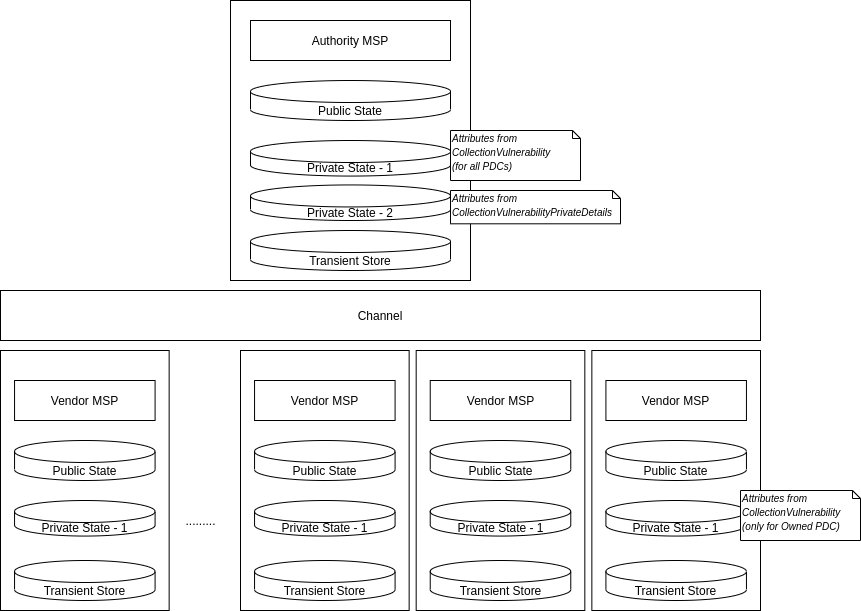
This is images/high-level-arch-private.png from SOFIE-project/ARD-Implementation, a draw.io export, as it was before one commit. Source tidied: cells renumbered, new cells last; positions are measured from the earlier drawing's top-left corner, leaving out a move shared by most shapes.
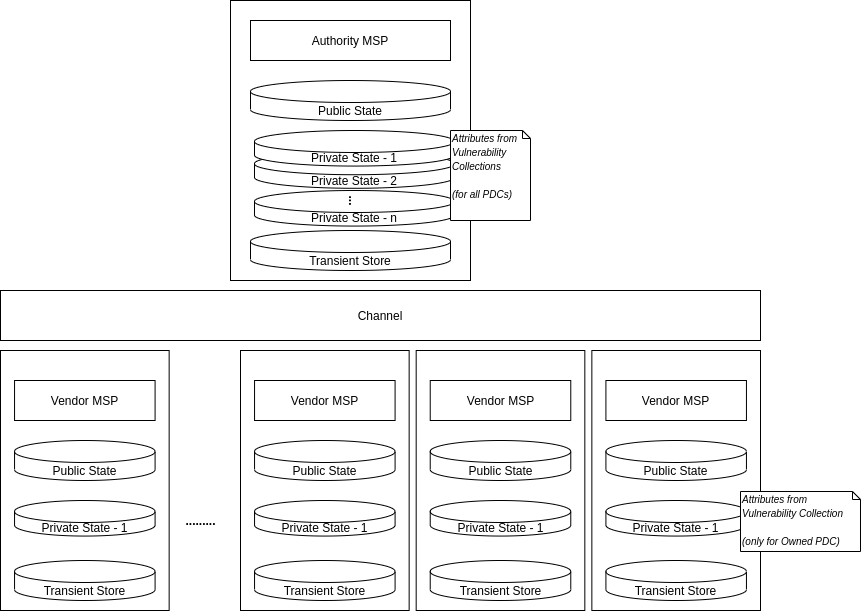
After the change.

What changed in the source:
```diff
@@ -2,6 +2,9 @@
   <root>
     <mxCell id="0" />
     <mxCell id="1" parent="0" />
+    <mxCell id="39" value="Private State - 2" style="shape=cylinder3;whiteSpace=wrap;html=1;boundedLbl=1;backgroundOutline=1;size=11;shadow=0;" parent="1" vertex="1">
+      <mxGeometry x="254" y="184.4" width="200" height="35.6" as="geometry" />
+    </mxCell>
     <mxCell id="2" value="Channel" style="rounded=0;whiteSpace=wrap;html=1;" parent="1" vertex="1">
       <mxGeometry y="290" width="760" height="50" as="geometry" />
     </mxCell>
@@ -15,23 +18,17 @@
       <mxGeometry x="250" y="80" width="200" height="40" as="geometry" />
     </mxCell>
     <mxCell id="6" style="group;" parent="1" vertex="1">
-      <mxGeometry x="250" y="140" width="200" height="80" as="geometry" />
+      <mxGeometry x="254" y="130" width="200" height="80" as="geometry" />
     </mxCell>
+    <mxCell id="8" value="Private State - 2" style="shape=cylinder3;whiteSpace=wrap;html=1;boundedLbl=1;backgroundOutline=1;size=11;shadow=0;" parent="6" vertex="1">
+      <mxGeometry y="22.2" width="200" height="35.6" as="geometry" />
+    </mxCell>
     <mxCell id="7" value="Private State - 1" style="shape=cylinder3;whiteSpace=wrap;html=1;boundedLbl=1;backgroundOutline=1;size=11;" parent="6" vertex="1">
       <mxGeometry width="200" height="35.6" as="geometry" />
     </mxCell>
-    <mxCell id="8" value="Private State - 2" style="shape=cylinder3;whiteSpace=wrap;html=1;boundedLbl=1;backgroundOutline=1;size=11;" parent="6" vertex="1">
-      <mxGeometry y="44.4" width="200" height="35.6" as="geometry" />
-    </mxCell>
     <mxCell id="9" value="Transient Store" style="shape=cylinder3;whiteSpace=wrap;html=1;boundedLbl=1;backgroundOutline=1;size=11;" parent="1" vertex="1">
       <mxGeometry x="250" y="230" width="200" height="40" as="geometry" />
     </mxCell>
-    <mxCell id="10" value="&lt;div&gt;&lt;i style=&quot;font-size: x-small&quot;&gt;Attributes from&lt;/i&gt;&lt;/div&gt;&lt;font size=&quot;1&quot;&gt;&lt;i&gt;CollectionVulnerability&lt;br&gt;(for all PDCs)&lt;br&gt;&lt;/i&gt;&lt;/font&gt;" style="shape=note;whiteSpace=wrap;html=1;size=8;verticalAlign=top;align=left;spacingTop=-6;" parent="1" vertex="1">
-      <mxGeometry x="450" y="130" width="130" height="50" as="geometry" />
-    </mxCell>
-    <mxCell id="11" value="&lt;font size=&quot;1&quot;&gt;&lt;i&gt;Attributes from&amp;nbsp;&lt;br&gt;CollectionVulnerabilityPrivateDetails&lt;br&gt;&lt;/i&gt;&lt;/font&gt;" style="shape=note;whiteSpace=wrap;html=1;size=8;verticalAlign=top;align=left;spacingTop=-6;" parent="1" vertex="1">
-      <mxGeometry x="450" y="190" width="170" height="33.3" as="geometry" />
-    </mxCell>
     <mxCell id="12" style="group;" parent="1" vertex="1">
       <mxGeometry x="240" y="350" width="520" height="260" as="geometry" />
     </mxCell>
@@ -89,8 +86,8 @@
     <mxCell id="30" value="Transient Store" style="shape=cylinder3;whiteSpace=wrap;html=1;boundedLbl=1;backgroundOutline=1;size=11;" parent="12" vertex="1">
       <mxGeometry x="14.1" y="210" width="140.5" height="40" as="geometry" />
     </mxCell>
-    <mxCell id="31" value="&lt;div&gt;&lt;i style=&quot;font-size: x-small&quot;&gt;Attributes from&lt;/i&gt;&lt;/div&gt;&lt;font size=&quot;1&quot;&gt;&lt;i&gt;CollectionVulnerability&lt;br&gt;(only for Owned PDC)&lt;br&gt;&lt;/i&gt;&lt;/font&gt;" style="shape=note;whiteSpace=wrap;html=1;size=8;verticalAlign=top;align=left;spacingTop=-6;" parent="1" vertex="1">
-      <mxGeometry x="740" y="490" width="120" height="50" as="geometry" />
+    <mxCell id="31" value="&lt;div&gt;&lt;i style=&quot;font-size: x-small&quot;&gt;Attributes from&lt;/i&gt;&lt;/div&gt;&lt;font size=&quot;1&quot;&gt;&lt;i&gt;Vulnerability Collection&lt;br&gt;&lt;br&gt;(only for Owned PDC)&lt;br&gt;&lt;/i&gt;&lt;/font&gt;" style="shape=note;whiteSpace=wrap;html=1;size=8;verticalAlign=top;align=left;spacingTop=-6;" parent="1" vertex="1">
+      <mxGeometry x="740" y="491" width="120" height="60" as="geometry" />
     </mxCell>
     <mxCell id="32" style="rounded=0;whiteSpace=wrap;html=1;" parent="1" vertex="1">
       <mxGeometry y="350" width="168.6" height="260" as="geometry" />
@@ -110,8 +107,17 @@
     <mxCell id="37" value="Transient Store" style="shape=cylinder3;whiteSpace=wrap;html=1;boundedLbl=1;backgroundOutline=1;size=11;" parent="1" vertex="1">
       <mxGeometry x="14.1" y="560" width="140.5" height="40" as="geometry" />
     </mxCell>
-    <mxCell id="38" value="........." style="text;html=1;align=center;verticalAlign=middle;" parent="1" vertex="1">
+    <mxCell id="38" value="&lt;b&gt;.........&lt;/b&gt;" style="text;html=1;align=center;verticalAlign=middle;" parent="1" vertex="1">
       <mxGeometry x="175" y="510" width="50" height="20" as="geometry" />
     </mxCell>
+    <mxCell id="40" value="Private State - n" style="shape=cylinder3;whiteSpace=wrap;html=1;boundedLbl=1;backgroundOutline=1;size=11;" parent="1" vertex="1">
+      <mxGeometry x="254" y="190" width="200" height="35.6" as="geometry" />
+    </mxCell>
+    <mxCell id="41" value="&lt;b&gt;...&lt;/b&gt;" style="text;html=1;align=center;verticalAlign=middle;rotation=90;" parent="1" vertex="1">
+      <mxGeometry x="339" y="190" width="30" height="20" as="geometry" />
+    </mxCell>
+    <mxCell id="10" value="&lt;div&gt;&lt;i style=&quot;font-size: x-small&quot;&gt;Attributes from&lt;/i&gt;&lt;/div&gt;&lt;font size=&quot;1&quot;&gt;&lt;i&gt;Vulnerability Collections&amp;nbsp;&lt;br&gt;&lt;br&gt;(for all PDCs)&lt;br&gt;&lt;/i&gt;&lt;/font&gt;" style="shape=note;whiteSpace=wrap;html=1;size=8;verticalAlign=top;align=left;spacingTop=-6;" parent="1" vertex="1">
+      <mxGeometry x="450" y="130" width="80" height="90" as="geometry" />
+    </mxCell>
   </root>
 </mxGraphModel>
```
